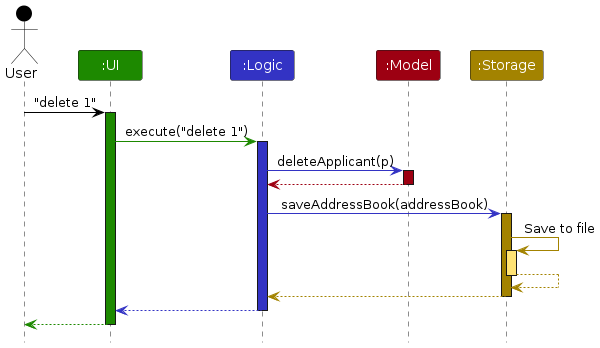
The PlantUML diagram diagrams/ArchitectureSequenceDiagram.png in AY2627S1-CS2103T-W12-4/tp, before a commit. Its source is kept beside it as diagrams/ArchitectureSequenceDiagram.puml. The source it was exported from:
```plantuml
@startuml
!include style.puml
skinparam ArrowFontStyle plain

Actor User as user USER_COLOR
Participant ":UI" as ui UI_COLOR
Participant ":Logic" as logic LOGIC_COLOR
Participant ":Model" as model MODEL_COLOR
Participant ":Storage" as storage STORAGE_COLOR

user -[USER_COLOR]> ui : "delete 1"
activate ui UI_COLOR

ui -[UI_COLOR]> logic : execute("delete 1")
activate logic LOGIC_COLOR

logic -[LOGIC_COLOR]> model : deleteApplicant(p)
activate model MODEL_COLOR

model -[MODEL_COLOR]-> logic
deactivate model

logic -[LOGIC_COLOR]> storage : saveAddressBook(addressBook)
activate storage STORAGE_COLOR

storage -[STORAGE_COLOR]> storage : Save to file
activate storage STORAGE_COLOR_T1
storage --[STORAGE_COLOR]> storage
deactivate storage

storage --[STORAGE_COLOR]> logic
deactivate storage

logic --[LOGIC_COLOR]> ui
deactivate logic

ui--[UI_COLOR]> user
deactivate ui
@enduml
```
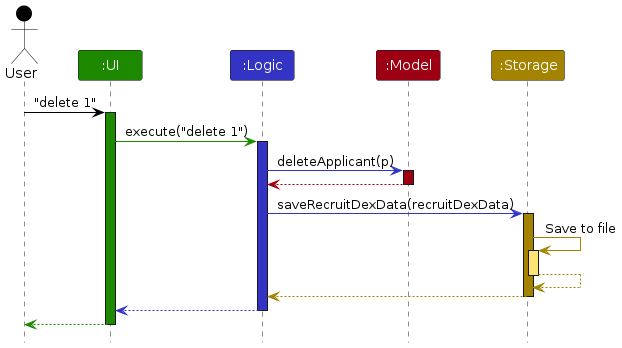
After the change.

What changed in the source:
```diff
@@ -20,7 +20,7 @@
 model -[MODEL_COLOR]-> logic
 deactivate model
 
-logic -[LOGIC_COLOR]> storage : saveAddressBook(addressBook)
+logic -[LOGIC_COLOR]> storage : saveRecruitDexData(recruitDexData)
 activate storage STORAGE_COLOR
 
 storage -[STORAGE_COLOR]> storage : Save to file
```
